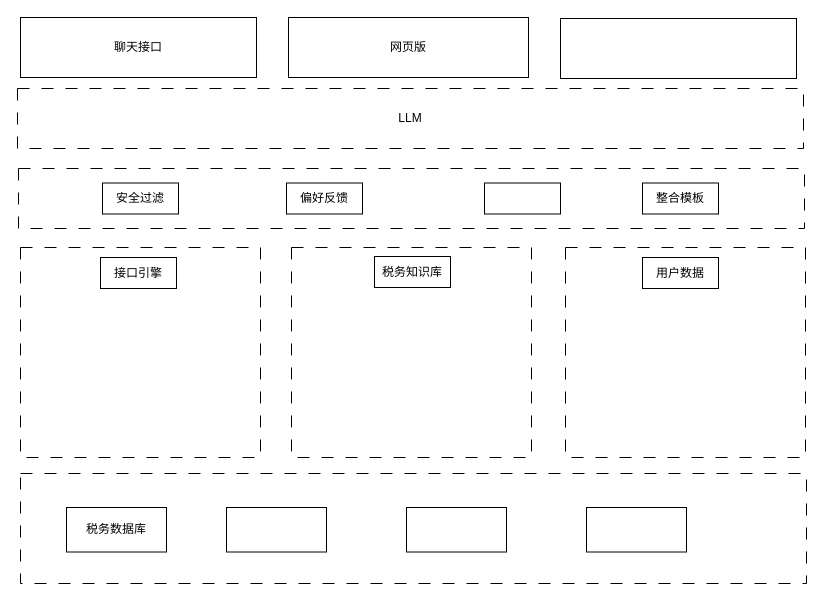
Earlier version of the draw.io diagram framework.drawio (Ayo616/YanTrade). Source tidied: cells renumbered, new cells numbered last; positions are measured from the earlier drawing's top-left corner, leaving out a move shared by most shapes. Both pictures are drawn from the tidied source at 100%, with x=0, y=0 at pixel (17, 17).
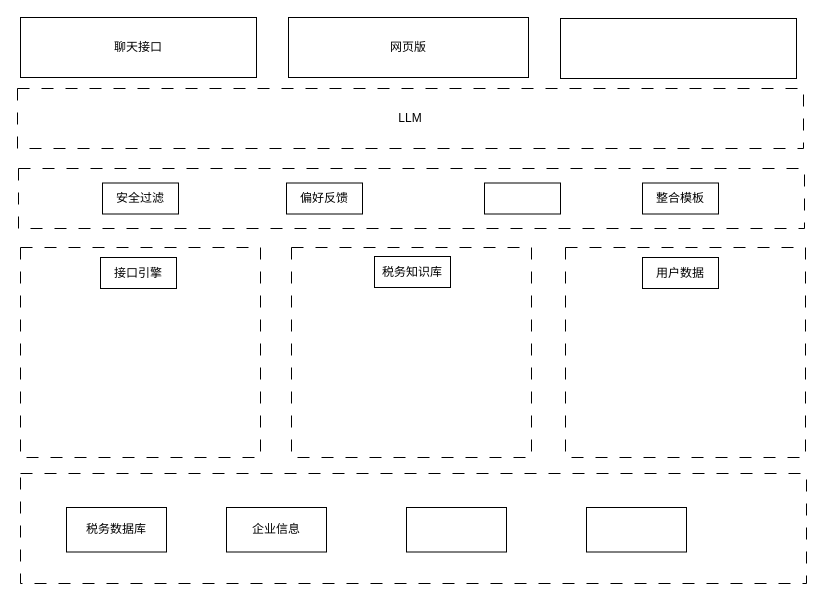
After the change.

Change to the diagram source:
```diff
@@
-    <mxCell id="14" style="rounded=0;whiteSpace=wrap;html=1;" parent="1" vertex="1">
+    <mxCell id="14" value="企业信息" style="rounded=0;whiteSpace=wrap;html=1;" parent="1" vertex="1">
       <mxGeometry x="209" y="490" width="100" height="44.5" as="geometry" />
     </mxCell>
```
